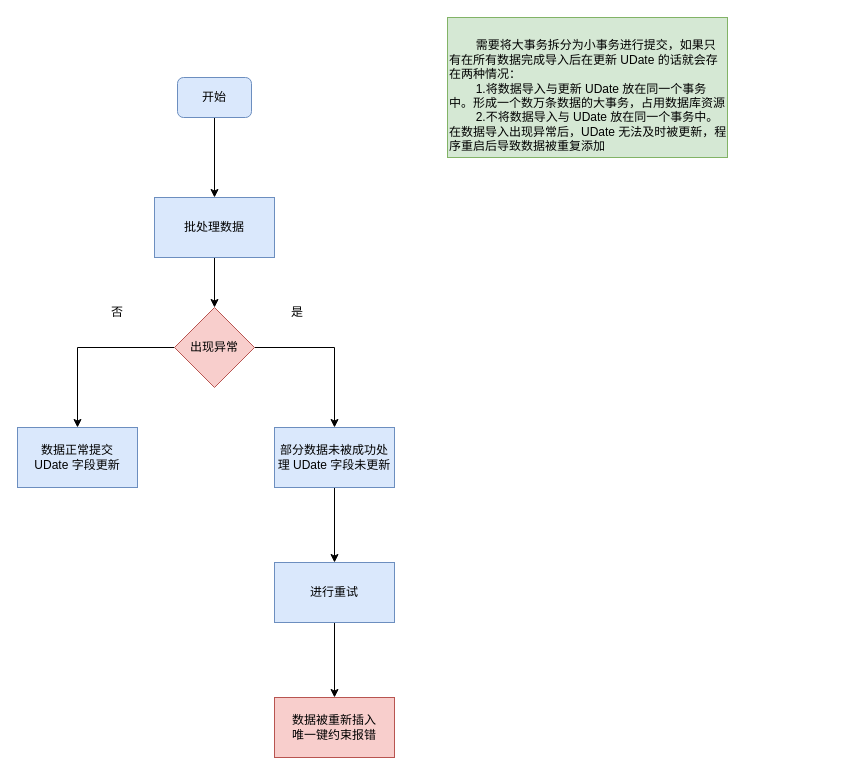
Earlier version of the draw.io diagram 批处理数据更新.drawio (atmrrr/drawio2). Source tidied: cells renumbered, new cells numbered last; positions are measured from the earlier drawing's top-left corner, leaving out a move shared by most shapes. Both pictures are drawn from the tidied source at 100%, with x=0, y=0 at pixel (17, 17).
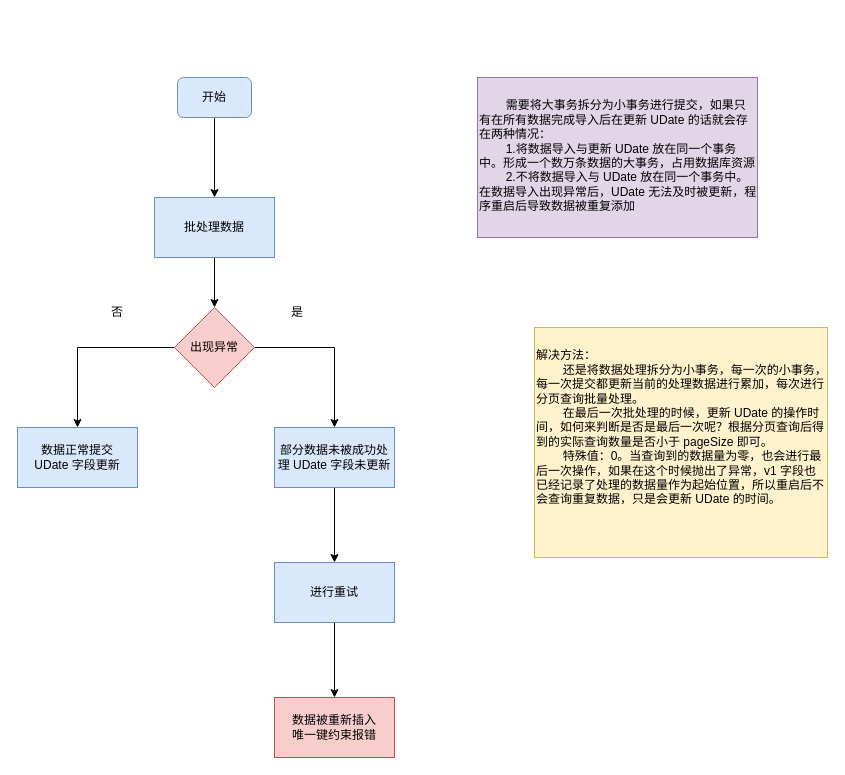
The same diagram, later.

Commit message (it also covers changes not shown here):
更新批处理数据更新.drawio

The edit, as a diff of the source:
```diff
@@
 <mxGraphModel>
   <root>
     <mxCell id="0" />
     <mxCell id="1" parent="0" />
     <mxCell id="2" style="edgeStyle=orthogonalEdgeStyle;rounded=0;jettySize=auto;html=1;" parent="1" edge="1" source="3" target="5">
       <mxGeometry relative="1" as="geometry" />
     </mxCell>
     <mxCell id="3" value="开始" style="rounded=1;whiteSpace=wrap;html=1;fillColor=#dae8fc;strokeColor=#6c8ebf;" parent="1" vertex="1">
       <mxGeometry x="160" y="60" width="74" height="40" as="geometry" />
     </mxCell>
     <mxCell id="4" style="edgeStyle=orthogonalEdgeStyle;rounded=0;jettySize=auto;html=1;" parent="1" edge="1" source="5" target="8">
       <mxGeometry relative="1" as="geometry" />
     </mxCell>
     <mxCell id="5" value="批处理数据" style="rounded=0;whiteSpace=wrap;html=1;fillColor=#dae8fc;strokeColor=#6c8ebf;" parent="1" vertex="1">
       <mxGeometry x="137" y="180" width="120" height="60" as="geometry" />
     </mxCell>
     <mxCell id="6" style="edgeStyle=orthogonalEdgeStyle;rounded=0;jettySize=auto;html=1;entryX=0.5;entryY=0;entryDx=0;entryDy=0;" parent="1" edge="1" source="8" target="9">
       <mxGeometry relative="1" as="geometry" />
     </mxCell>
     <mxCell id="7" style="edgeStyle=orthogonalEdgeStyle;rounded=0;jettySize=auto;html=1;entryX=0.5;entryY=0;entryDx=0;entryDy=0;" parent="1" edge="1" source="8" target="11">
       <mxGeometry relative="1" as="geometry" />
     </mxCell>
     <mxCell id="8" value="出现异常" style="rhombus;whiteSpace=wrap;html=1;fillColor=#f8cecc;strokeColor=#b85450;" parent="1" vertex="1">
       <mxGeometry x="157" y="290" width="80" height="80" as="geometry" />
     </mxCell>
     <mxCell id="9" value="数据正常提交&lt;div&gt;UDate 字段更新&lt;/div&gt;" style="rounded=0;whiteSpace=wrap;html=1;fillColor=#dae8fc;strokeColor=#6c8ebf;" parent="1" vertex="1">
       <mxGeometry y="410" width="120" height="60" as="geometry" />
     </mxCell>
     <mxCell id="10" style="edgeStyle=orthogonalEdgeStyle;rounded=0;jettySize=auto;html=1;" parent="1" edge="1" source="11" target="15">
       <mxGeometry relative="1" as="geometry" />
     </mxCell>
     <mxCell id="11" value="部分数据未被成功处理 UDate 字段未更新" style="rounded=0;whiteSpace=wrap;html=1;fillColor=#dae8fc;strokeColor=#6c8ebf;" parent="1" vertex="1">
       <mxGeometry x="257" y="410" width="120" height="60" as="geometry" />
     </mxCell>
     <mxCell id="12" value="否" style="text;html=1;whiteSpace=wrap;strokeColor=none;fillColor=none;align=center;verticalAlign=middle;rounded=0;" parent="1" vertex="1">
       <mxGeometry x="70" y="280" width="60" height="30" as="geometry" />
     </mxCell>
     <mxCell id="13" value="是" style="text;html=1;whiteSpace=wrap;strokeColor=none;fillColor=none;align=center;verticalAlign=middle;rounded=0;" parent="1" vertex="1">
       <mxGeometry x="250" y="280" width="60" height="30" as="geometry" />
     </mxCell>
     <mxCell id="14" style="edgeStyle=orthogonalEdgeStyle;rounded=0;jettySize=auto;html=1;" parent="1" edge="1" source="15" target="16">
       <mxGeometry relative="1" as="geometry" />
     </mxCell>
     <mxCell id="15" value="进行重试" style="rounded=0;whiteSpace=wrap;html=1;fillColor=#dae8fc;strokeColor=#6c8ebf;" parent="1" vertex="1">
       <mxGeometry x="257" y="545" width="120" height="60" as="geometry" />
     </mxCell>
     <mxCell id="16" value="数据被重新插入&lt;div&gt;唯一键约束报错&lt;/div&gt;" style="rounded=0;whiteSpace=wrap;html=1;fillColor=#f8cecc;strokeColor=#b85450;" parent="1" vertex="1">
       <mxGeometry x="257" y="680" width="120" height="60" as="geometry" />
     </mxCell>
-    <mxCell id="17" value="&lt;div&gt;&lt;br&gt;&lt;/div&gt;&lt;span style=&quot;white-space: pre;&quot;&gt;&#9;&lt;/span&gt;需要将大事务拆分为小事务进行提交，如果只有在所有数据完成导入后在更新 UDate 的话就会存在两种情况：&lt;div&gt;&lt;span style=&quot;white-space: pre;&quot;&gt;&#9;&lt;/span&gt;1.将数据导入与更新 UDate 放在同一个事务中。形成一个数万条数据的大事务，占用数据库资源&lt;/div&gt;&lt;div&gt;&lt;span style=&quot;white-space: pre;&quot;&gt;&#9;&lt;/span&gt;2.不将数据导入与 UDate 放在同一个事务中。在数据导入出现异常后，UDate 无法及时被更新，程序重启后导致数据被重复添加&lt;br&gt;&lt;/div&gt;" style="rounded=0;whiteSpace=wrap;html=1;fillColor=#d5e8d4;strokeColor=#82b366;align=left;verticalAlign=top;" parent="1" vertex="1">
-      <mxGeometry x="430" width="280" height="140" as="geometry" />
+    <mxCell id="17" value="&lt;div&gt;&lt;br&gt;&lt;/div&gt;&lt;span style=&quot;white-space: pre;&quot;&gt;&#9;&lt;/span&gt;需要将大事务拆分为小事务进行提交，如果只有在所有数据完成导入后在更新 UDate 的话就会存在两种情况：&lt;div&gt;&lt;span style=&quot;white-space: pre;&quot;&gt;&#9;&lt;/span&gt;1.将数据导入与更新 UDate 放在同一个事务中。形成一个数万条数据的大事务，占用数据库资源&lt;/div&gt;&lt;div&gt;&lt;span style=&quot;white-space: pre;&quot;&gt;&#9;&lt;/span&gt;2.不将数据导入与 UDate 放在同一个事务中。在数据导入出现异常后，UDate 无法及时被更新，程序重启后导致数据被重复添加&lt;br&gt;&lt;/div&gt;&lt;div&gt;&lt;br&gt;&lt;/div&gt;" style="rounded=0;whiteSpace=wrap;html=1;fillColor=#e1d5e7;strokeColor=#9673a6;align=left;verticalAlign=top;" parent="1" vertex="1">
+      <mxGeometry x="460" y="60" width="280" height="160" as="geometry" />
     </mxCell>
+    <mxCell id="18" value="&lt;div&gt;&lt;br&gt;&lt;/div&gt;&lt;div&gt;解决方法：&lt;/div&gt;&lt;div&gt;&lt;span style=&quot;white-space: pre;&quot;&gt;&#9;&lt;/span&gt;还是将数据处理拆分为小事务，每一次的小事务，每一次提交都更新当前的处理数据进行累加，每次进行分页查询批量处理。&lt;br&gt;&lt;/div&gt;&lt;div&gt;&lt;span style=&quot;white-space: pre;&quot;&gt;&#9;&lt;/span&gt;在最后一次批处理的时候，更新 UDate 的操作时间，如何来判断是否是最后一次呢？根据分页查询后得到的实际查询数量是否小于 pageSize 即可。&lt;br&gt;&lt;/div&gt;&lt;div&gt;&lt;span style=&quot;white-space: pre;&quot;&gt;&#9;&lt;/span&gt;特殊值：0。当查询到的数据量为零，也会进行最后一次操作，如果在这个时候抛出了异常，v1 字段也已经记录了处理的数据量作为起始位置，所以重启后不会查询重复数据，只是会更新 UDate 的时间。&lt;br&gt;&lt;/div&gt;&lt;div&gt;&lt;br&gt;&lt;/div&gt;" style="rounded=0;whiteSpace=wrap;html=1;align=left;verticalAlign=top;fillColor=#fff2cc;strokeColor=#d6b656;" parent="1" vertex="1">
+      <mxGeometry x="517" y="310" width="293" height="230" as="geometry" />
+    </mxCell>
   </root>
 </mxGraphModel>
```
